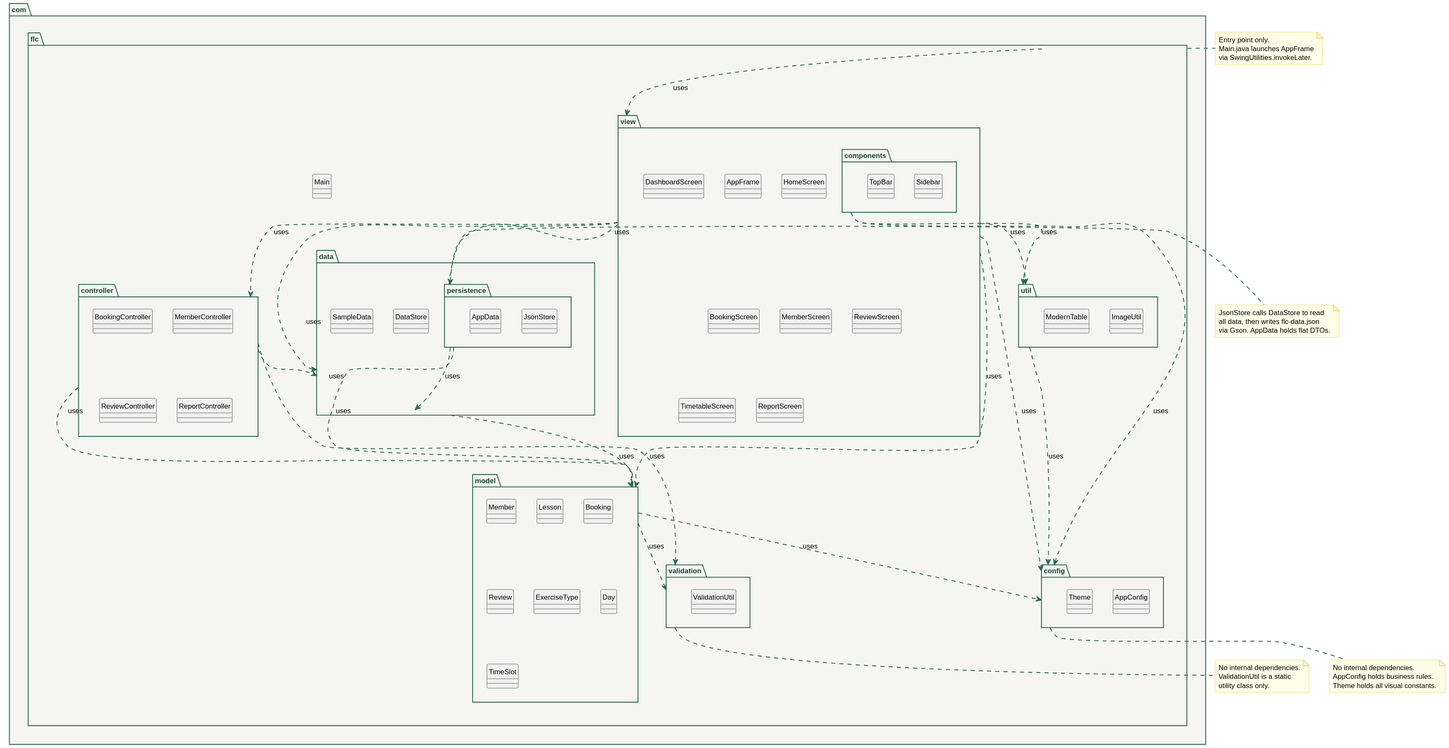
Before: docs/diagrams/package-diagram.svg, a diagram exported from PlantUML (Dantesrc-sys/FurzefieldLC).
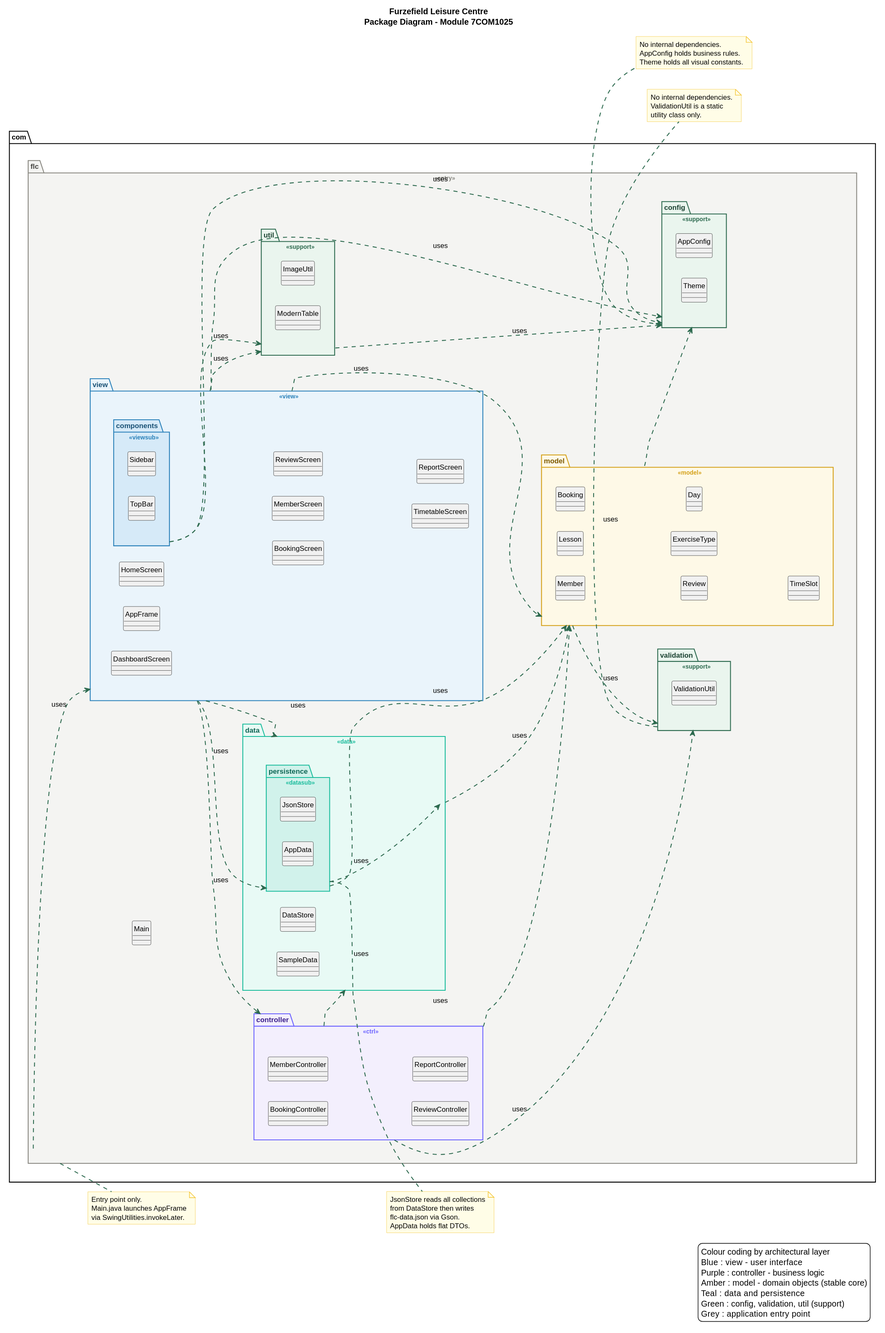
Later version of the same file.

Commit message:
visual improvements

The edit, as a diff of the source:
```diff
@@ -5,16 +5,92 @@
 skinparam defaultFontName     SansSerif
 skinparam defaultFontSize     12
 
+title Furzefield Leisure Centre\nPackage Diagram - Module 7COM1025
+
+left to right direction
+
 skinparam ArrowColor          #2D6A4F
 skinparam ArrowThickness      1.5
 
-skinparam package {
-    BackgroundColor           #F5F5F3
+
+skinparam package<<entry>> {
+    BackgroundColor           #F4F4F2
+    BorderColor               #888780
+    BorderThickness           1.5
+    FontColor                 #444441
+    FontStyle                 Bold
+    StereotypeFontColor       #888780
+    StereotypeFontSize        10
+}
+
+skinparam package<<view>> {
+    BackgroundColor           #EAF4FB
+    BorderColor               #2980B9
+    BorderThickness           1.5
+    FontColor                 #1A5276
+    FontStyle                 Bold
+    StereotypeFontColor       #2980B9
+    StereotypeFontSize        10
+}
+
+skinparam package<<viewsub>> {
+    BackgroundColor           #D6EAF8
+    BorderColor               #2980B9
+    BorderThickness           1.5
+    FontColor                 #1A5276
+    FontStyle                 Bold
+    StereotypeFontColor       #2980B9
+    StereotypeFontSize        10
+}
+
+skinparam package<<ctrl>> {
+    BackgroundColor           #F3EFFD
+    BorderColor               #6C63FF
+    BorderThickness           1.5
+    FontColor                 #3B1F8C
+    FontStyle                 Bold
+    StereotypeFontColor       #6C63FF
+    StereotypeFontSize        10
+}
+
+skinparam package<<model>> {
+    BackgroundColor           #FEF9E7
+    BorderColor               #D4A017
+    BorderThickness           1.5
+    FontColor                 #7D5A00
+    FontStyle                 Bold
+    StereotypeFontColor       #D4A017
+    StereotypeFontSize        10
+}
+
+skinparam package<<data>> {
+    BackgroundColor           #E8FAF5
+    BorderColor               #1ABC9C
+    BorderThickness           1.5
+    FontColor                 #0E6655
+    FontStyle                 Bold
+    StereotypeFontColor       #1ABC9C
+    StereotypeFontSize        10
+}
+
+skinparam package<<datasub>> {
+    BackgroundColor           #D1F2EB
+    BorderColor               #1ABC9C
+    BorderThickness           1.5
+    FontColor                 #0E6655
+    FontStyle                 Bold
+    StereotypeFontColor       #1ABC9C
+    StereotypeFontSize        10
+}
+
+skinparam package<<support>> {
+    BackgroundColor           #EAF5EE
     BorderColor               #2D6A4F
     BorderThickness           1.5
     FontColor                 #1B4332
     FontStyle                 Bold
-    ArrowColor                #2D6A4F
+    StereotypeFontColor       #2D6A4F
+    StereotypeFontSize        10
 }
 
 skinparam note {
@@ -23,12 +99,12 @@
 }
 
 
-package "com.flc" {
+package "com.flc" <<entry>> {
     class Main
 }
 
 
-package "com.flc.view" {
+package "com.flc.view" <<view>> {
     class AppFrame
     class HomeScreen
     class DashboardScreen
@@ -38,14 +114,14 @@
     class TimetableScreen
     class ReportScreen
 
-    package "com.flc.view.components" {
+    package "com.flc.view.components" <<viewsub>> {
         class Sidebar
         class TopBar
     }
 }
 
 
-package "com.flc.controller" {
+package "com.flc.controller" <<ctrl>> {
     class BookingController
     class MemberController
     class ReviewController
@@ -53,7 +129,7 @@
 }
 
 
-package "com.flc.model" {
+package "com.flc.model" <<model>> {
     class Member
     class Lesson
     class Booking
@@ -64,29 +140,27 @@
 }
 
 
-package "com.flc.data" {
+package "com.flc.data" <<data>> {
     class DataStore
     class SampleData
 
-    package "com.flc.data.persistence" {
+    package "com.flc.data.persistence" <<datasub>> {
         class JsonStore
         class AppData
     }
 }
 
 
-package "com.flc.config" {
+package "com.flc.config" <<support>> {
     class AppConfig
     class Theme
 }
 
-
-package "com.flc.validation" {
+package "com.flc.validation" <<support>> {
     class ValidationUtil
 }
 
-
-package "com.flc.util" {
+package "com.flc.util" <<support>> {
     class ImageUtil
     class ModernTable
 }
@@ -130,9 +204,10 @@
 end note
 
 note right of "com.flc.data.persistence"
-  JsonStore calls DataStore to read
-  all data, then writes flc-data.json
-  via Gson. AppData holds flat DTOs.
+  JsonStore reads all collections
+  from DataStore then writes
+  flc-data.json via Gson.
+  AppData holds flat DTOs.
 end note
 
 note right of "com.flc"
@@ -140,4 +215,15 @@
   Main.java launches AppFrame
   via SwingUtilities.invokeLater.
 end note
+
+
+legend right
+  Colour coding by architectural layer
+  Blue   : view - user interface
+  Purple : controller - business logic
+  Amber  : model - domain objects (stable core)
+  Teal   : data and persistence
+  Green  : config, validation, util (support)
+  Grey   : application entry point
+endlegend
 @enduml
```
